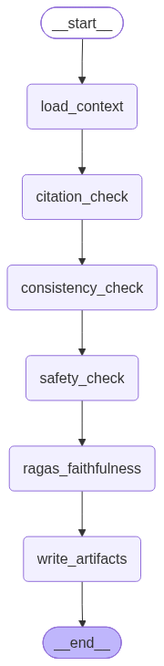
hoanhoang-agilityio/Assistant-Learning keeps this Mermaid diagram as src/docs/diagrams/verification.png. Above is the earlier version. Its source is kept beside it as src/docs/diagrams/verification.mmd. The source it was exported from:
```mermaid
---
config:
  flowchart:
    curve: linear
---
graph TD;
	__start__([<p>__start__</p>]):::first
	load_context(load_context)
	citation_check(citation_check)
	consistency_check(consistency_check)
	safety_check(safety_check)
	ragas_faithfulness(ragas_faithfulness)
	write_artifacts(write_artifacts)
	__end__([<p>__end__</p>]):::last
	__start__ --> load_context;
	citation_check --> consistency_check;
	consistency_check --> safety_check;
	load_context --> citation_check;
	ragas_faithfulness --> write_artifacts;
	safety_check --> ragas_faithfulness;
	write_artifacts --> __end__;
	classDef default fill:#f2f0ff,line-height:1.2
	classDef first fill-opacity:0
	classDef last fill:#bfb6fc
```
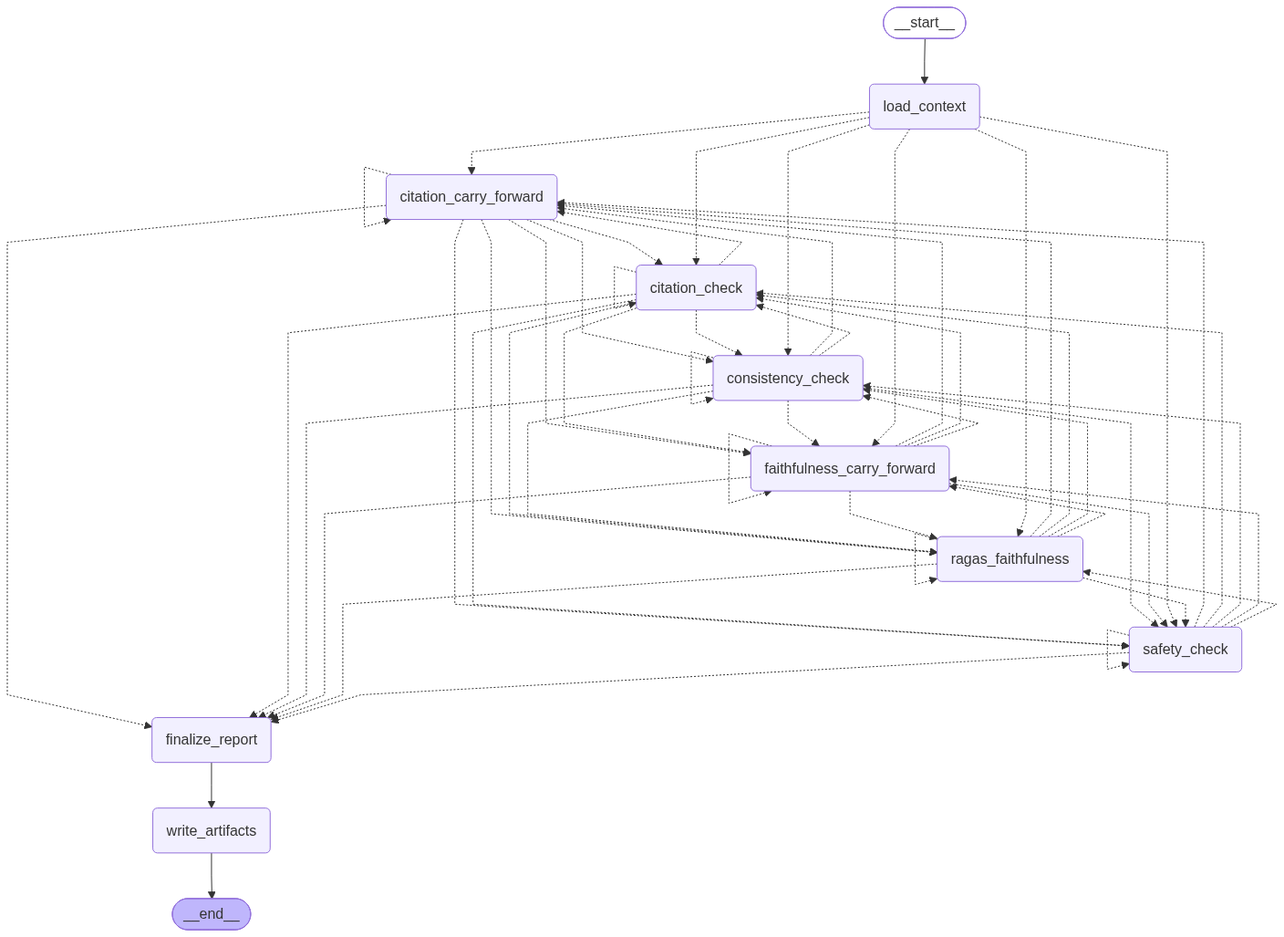
The same diagram one commit later.

Commit message:
feat: strategy-driven verification validators and persist diagnostics

What changed in the source:
```diff
@@ -10,15 +10,62 @@
 	consistency_check(consistency_check)
 	safety_check(safety_check)
 	ragas_faithfulness(ragas_faithfulness)
+	citation_carry_forward(citation_carry_forward)
+	faithfulness_carry_forward(faithfulness_carry_forward)
+	finalize_report(finalize_report)
 	write_artifacts(write_artifacts)
 	__end__([<p>__end__</p>]):::last
 	__start__ --> load_context;
-	citation_check --> consistency_check;
-	consistency_check --> safety_check;
-	load_context --> citation_check;
-	ragas_faithfulness --> write_artifacts;
-	safety_check --> ragas_faithfulness;
+	citation_carry_forward -.-> citation_check;
+	citation_carry_forward -.-> consistency_check;
+	citation_carry_forward -.-> faithfulness_carry_forward;
+	citation_carry_forward -.-> finalize_report;
+	citation_carry_forward -.-> ragas_faithfulness;
+	citation_carry_forward -.-> safety_check;
+	citation_check -.-> citation_carry_forward;
+	citation_check -.-> consistency_check;
+	citation_check -.-> faithfulness_carry_forward;
+	citation_check -.-> finalize_report;
+	citation_check -.-> ragas_faithfulness;
+	citation_check -.-> safety_check;
+	consistency_check -.-> citation_carry_forward;
+	consistency_check -.-> citation_check;
+	consistency_check -.-> faithfulness_carry_forward;
+	consistency_check -.-> finalize_report;
+	consistency_check -.-> ragas_faithfulness;
+	consistency_check -.-> safety_check;
+	faithfulness_carry_forward -.-> citation_carry_forward;
+	faithfulness_carry_forward -.-> citation_check;
+	faithfulness_carry_forward -.-> consistency_check;
+	faithfulness_carry_forward -.-> finalize_report;
+	faithfulness_carry_forward -.-> ragas_faithfulness;
+	faithfulness_carry_forward -.-> safety_check;
+	finalize_report --> write_artifacts;
+	load_context -.-> citation_carry_forward;
+	load_context -.-> citation_check;
+	load_context -.-> consistency_check;
+	load_context -.-> faithfulness_carry_forward;
+	load_context -.-> ragas_faithfulness;
+	load_context -.-> safety_check;
+	ragas_faithfulness -.-> citation_carry_forward;
+	ragas_faithfulness -.-> citation_check;
+	ragas_faithfulness -.-> consistency_check;
+	ragas_faithfulness -.-> faithfulness_carry_forward;
+	ragas_faithfulness -.-> finalize_report;
+	ragas_faithfulness -.-> safety_check;
+	safety_check -.-> citation_carry_forward;
+	safety_check -.-> citation_check;
+	safety_check -.-> consistency_check;
+	safety_check -.-> faithfulness_carry_forward;
+	safety_check -.-> finalize_report;
+	safety_check -.-> ragas_faithfulness;
 	write_artifacts --> __end__;
+	citation_carry_forward -.-> citation_carry_forward;
+	citation_check -.-> citation_check;
+	consistency_check -.-> consistency_check;
+	faithfulness_carry_forward -.-> faithfulness_carry_forward;
+	ragas_faithfulness -.-> ragas_faithfulness;
+	safety_check -.-> safety_check;
 	classDef default fill:#f2f0ff,line-height:1.2
 	classDef first fill-opacity:0
 	classDef last fill:#bfb6fc
```
